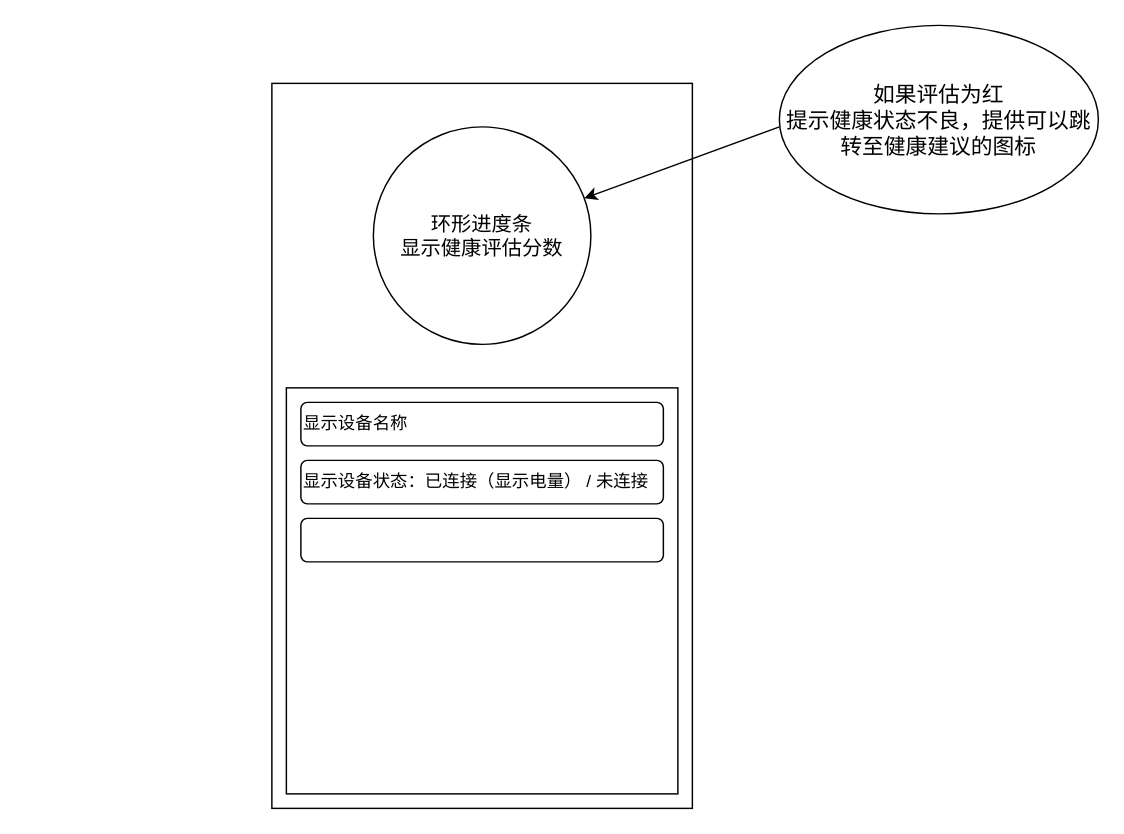
4may-mcx/Blog keeps this draw.io diagram as 毕设草稿.drawio. Above is the earlier version. Source tidied: cells renumbered, new cells numbered last; positions are measured from the earlier drawing's top-left corner, leaving out a move shared by most shapes. Both pictures are drawn from the tidied source at 145%, with x=0, y=0 at pixel (271, 25).
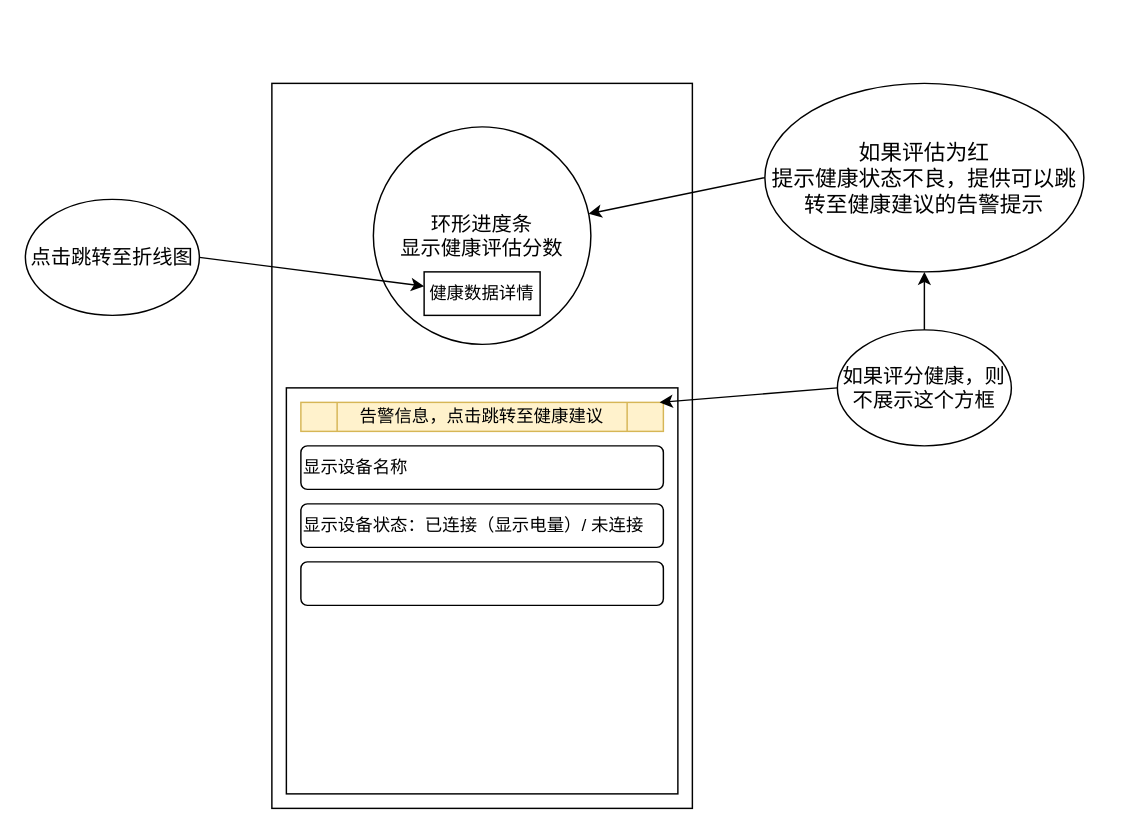
The same diagram, later.

Commit message (it also covers changes not shown here):
更新毕设草稿.drawio

Change to the diagram source:
```diff
@@
 <mxGraphModel>
   <root>
     <mxCell id="0" />
     <mxCell id="1" parent="0" />
     <mxCell id="2" style="rounded=0;whiteSpace=wrap;html=1;" parent="1" vertex="1">
       <mxGeometry y="40" width="290" height="500" as="geometry" />
     </mxCell>
     <mxCell id="3" value="&lt;font style=&quot;font-size: 14px;&quot;&gt;环形进度条&lt;br&gt;显示健康评估分数&lt;/font&gt;" style="ellipse;whiteSpace=wrap;html=1;" parent="1" vertex="1">
       <mxGeometry x="70" y="70" width="150" height="150" as="geometry" />
     </mxCell>
     <mxCell id="4" style="rounded=0;whiteSpace=wrap;html=1;" parent="1" vertex="1">
       <mxGeometry x="10" y="250" width="270" height="280" as="geometry" />
     </mxCell>
     <mxCell id="5" value="显示设备名称" style="rounded=1;whiteSpace=wrap;html=1;align=left;" parent="1" vertex="1">
-      <mxGeometry x="20" y="260" width="250" height="30" as="geometry" />
+      <mxGeometry x="20" y="290" width="250" height="30" as="geometry" />
     </mxCell>
-    <mxCell id="6" value="显示设备状态：已连接（显示电量） / 未连接" style="rounded=1;whiteSpace=wrap;html=1;align=left;" parent="1" vertex="1">
-      <mxGeometry x="20" y="300" width="250" height="30" as="geometry" />
+    <mxCell id="6" value="显示设备状态：已连接（显示电量）/ 未连接" style="rounded=1;whiteSpace=wrap;html=1;align=left;" parent="1" vertex="1">
+      <mxGeometry x="20" y="330" width="250" height="30" as="geometry" />
     </mxCell>
     <mxCell id="7" style="rounded=1;whiteSpace=wrap;html=1;align=left;" parent="1" vertex="1">
-      <mxGeometry x="20" y="340" width="250" height="30" as="geometry" />
+      <mxGeometry x="20" y="370" width="250" height="30" as="geometry" />
     </mxCell>
-    <mxCell id="8" style="endArrow=classic;html=1;rounded=0;" parent="1" edge="1" target="3">
-      <mxGeometry relative="1" as="geometry">
-        <mxPoint x="350" y="70" as="sourcePoint" />
-      </mxGeometry>
+    <mxCell id="8" style="endArrow=classic;html=1;rounded=0;exitX=0;exitY=0.5;exitDx=0;exitDy=0;" parent="1" edge="1" source="9" target="3">
+      <mxGeometry relative="1" as="geometry" />
     </mxCell>
-    <mxCell id="9" value="&lt;font style=&quot;font-size: 15px;&quot;&gt;如果评估为红&lt;br&gt;提示健康状态不良，提供可以跳转至健康建议的图标&lt;/font&gt;" style="ellipse;whiteSpace=wrap;html=1;" parent="1" vertex="1">
-      <mxGeometry x="350" width="220" height="130" as="geometry" />
+    <mxCell id="9" value="&lt;font style=&quot;font-size: 15px;&quot;&gt;如果评估为红&lt;br&gt;提示健康状态不良，提供可以跳转至健康建议的告警提示&lt;/font&gt;" style="ellipse;whiteSpace=wrap;html=1;" parent="1" vertex="1">
+      <mxGeometry x="340" y="40" width="220" height="130" as="geometry" />
     </mxCell>
+    <mxCell id="10" value="健康数据详情" style="rounded=0;whiteSpace=wrap;html=1;" parent="1" vertex="1">
+      <mxGeometry x="105" y="170" width="80" height="30" as="geometry" />
+    </mxCell>
+    <mxCell id="11" style="endArrow=classic;html=1;rounded=0;exitX=1;exitY=0.5;exitDx=0;exitDy=0;" parent="1" edge="1" source="12" target="10">
+      <mxGeometry relative="1" as="geometry" />
+    </mxCell>
+    <mxCell id="12" value="&lt;font style=&quot;font-size: 14px;&quot;&gt;点击跳转至折线图&lt;/font&gt;" style="ellipse;whiteSpace=wrap;html=1;" parent="1" vertex="1">
+      <mxGeometry x="-170" y="120" width="120" height="80" as="geometry" />
+    </mxCell>
+    <mxCell id="13" value="告警信息，点击跳转至健康建议" style="shape=process;whiteSpace=wrap;html=1;backgroundOutline=1;fillColor=#fff2cc;strokeColor=#d6b656;" parent="1" vertex="1">
+      <mxGeometry x="20" y="260" width="250" height="20" as="geometry" />
+    </mxCell>
+    <mxCell id="14" style="edgeStyle=orthogonalEdgeStyle;rounded=0;jettySize=auto;html=1;" parent="1" edge="1" source="15" target="9">
+      <mxGeometry relative="1" as="geometry" />
+    </mxCell>
+    <mxCell id="15" value="&lt;font style=&quot;font-size: 14px;&quot;&gt;如果评分健康，则不展示这个方框&lt;/font&gt;" style="ellipse;whiteSpace=wrap;html=1;" parent="1" vertex="1">
+      <mxGeometry x="390" y="210" width="120" height="80" as="geometry" />
+    </mxCell>
+    <mxCell id="16" style="endArrow=classic;html=1;rounded=0;exitX=0;exitY=0.5;exitDx=0;exitDy=0;" parent="1" edge="1" source="15" target="13">
+      <mxGeometry relative="1" as="geometry" />
+    </mxCell>
   </root>
 </mxGraphModel>
```
